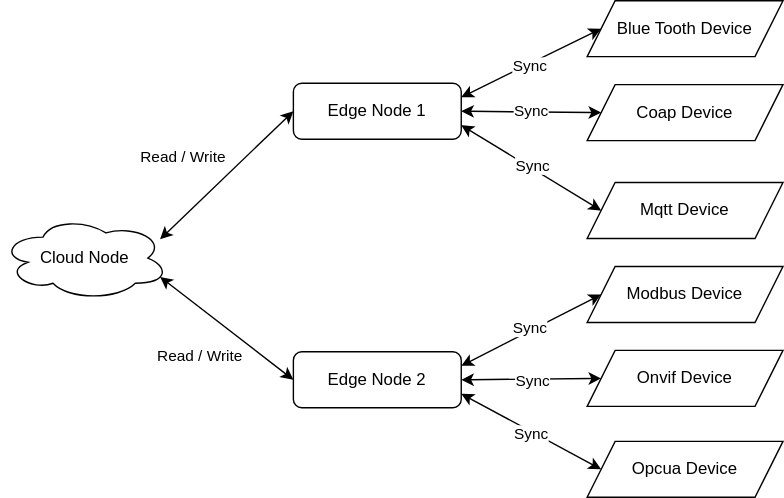
Earlier version of the draw.io export kubeedge.svg (zhanghongzhi1234/kubeedge). Source tidied: cells renumbered, new cells last; positions are measured from the earlier drawing's top-left corner, leaving out a move shared by most shapes.
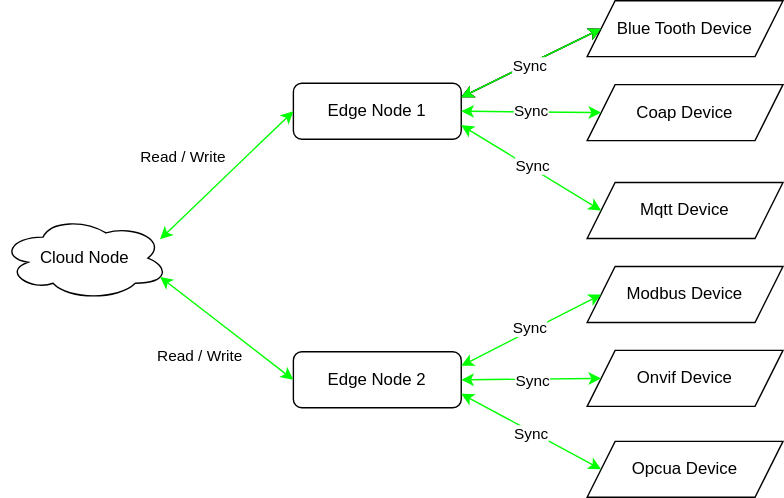
The same file after the commit.

Commit message:
Update data flow chart

Diff of the diagram source:
```diff
@@ -11,10 +11,10 @@
     <mxCell id="4" value="Cloud Node" style="ellipse;shape=cloud;whiteSpace=wrap;html=1;" parent="1" vertex="1">
       <mxGeometry y="154" width="120" height="60" as="geometry" />
     </mxCell>
-    <mxCell id="5" value="Read / Write" style="endArrow=classic;startArrow=classic;html=1;rounded=0;entryX=0;entryY=0.5;entryDx=0;entryDy=0;exitX=1;exitY=0.25;exitDx=0;exitDy=0;" parent="1" edge="1" source="4" target="2">
+    <mxCell id="5" value="Read / Write" style="endArrow=classic;startArrow=classic;html=1;rounded=0;entryX=0;entryY=0.5;entryDx=0;entryDy=0;exitX=1;exitY=0.25;exitDx=0;exitDy=0;strokeColor=#00FF00;fillColor=#d5e8d4;" parent="1" edge="1" source="4" target="2">
       <mxGeometry x="-0.19" y="31" relative="1" as="geometry" />
     </mxCell>
-    <mxCell id="6" value="Read / Write" style="endArrow=classic;startArrow=classic;html=1;rounded=0;entryX=0;entryY=0.5;entryDx=0;entryDy=0;exitX=1;exitY=0.75;exitDx=0;exitDy=0;" parent="1" edge="1" source="4" target="3">
+    <mxCell id="6" value="Read / Write" style="endArrow=classic;startArrow=classic;html=1;rounded=0;entryX=0;entryY=0.5;entryDx=0;entryDy=0;exitX=1;exitY=0.75;exitDx=0;exitDy=0;strokeColor=#00FF00;" parent="1" edge="1" source="4" target="3">
       <mxGeometry x="-0.05" y="-27" relative="1" as="geometry" />
     </mxCell>
     <mxCell id="7" value="Blue Tooth Device" style="shape=parallelogram;perimeter=parallelogramPerimeter;whiteSpace=wrap;html=1;fixedSize=1;" parent="1" vertex="1">
@@ -38,24 +38,36 @@
     <mxCell id="13" value="Opcua Device" style="shape=parallelogram;perimeter=parallelogramPerimeter;whiteSpace=wrap;html=1;fixedSize=1;" parent="1" vertex="1">
       <mxGeometry x="419" y="315" width="140" height="40" as="geometry" />
     </mxCell>
-    <mxCell id="14" value="Sync" style="endArrow=classic;startArrow=classic;html=1;rounded=0;entryX=0;entryY=0.5;entryDx=0;entryDy=0;exitX=1;exitY=0.5;exitDx=0;exitDy=0;" parent="1" edge="1" source="2" target="9">
+    <mxCell id="14" value="Sync" style="endArrow=classic;startArrow=classic;html=1;rounded=0;entryX=0;entryY=0.5;entryDx=0;entryDy=0;exitX=1;exitY=0.5;exitDx=0;exitDy=0;strokeColor=#00FF00;" parent="1" edge="1" source="2" target="9">
       <mxGeometry x="0.02" y="1" relative="1" as="geometry">
         <mxPoint x="-1" as="offset" />
       </mxGeometry>
     </mxCell>
-    <mxCell id="15" value="Sync" style="endArrow=classic;startArrow=classic;html=1;rounded=0;entryX=0;entryY=0.5;entryDx=0;entryDy=0;exitX=1;exitY=0.75;exitDx=0;exitDy=0;" parent="1" edge="1" source="2" target="10">
+    <mxCell id="15" value="Sync" style="endArrow=classic;startArrow=classic;html=1;rounded=0;entryX=0;entryY=0.5;entryDx=0;entryDy=0;exitX=1;exitY=0.75;exitDx=0;exitDy=0;strokeColor=#00FF00;" parent="1" edge="1" source="2" target="10">
       <mxGeometry x="0.01" y="2" relative="1" as="geometry" />
     </mxCell>
-    <mxCell id="16" value="Sync" style="endArrow=classic;startArrow=classic;html=1;rounded=0;entryX=0;entryY=0.5;entryDx=0;entryDy=0;exitX=1;exitY=0.25;exitDx=0;exitDy=0;" parent="1" edge="1" source="3" target="11">
+    <mxCell id="16" value="Sync" style="endArrow=classic;startArrow=classic;html=1;rounded=0;entryX=0;entryY=0.5;entryDx=0;entryDy=0;exitX=1;exitY=0.25;exitDx=0;exitDy=0;strokeColor=#00FF00;" parent="1" edge="1" source="3" target="11">
       <mxGeometry x="-0.01" y="2" relative="1" as="geometry" />
     </mxCell>
-    <mxCell id="17" value="Sync" style="endArrow=classic;startArrow=classic;html=1;rounded=0;entryX=0;entryY=0.5;entryDx=0;entryDy=0;exitX=1;exitY=0.5;exitDx=0;exitDy=0;" parent="1" edge="1" source="3" target="12">
+    <mxCell id="17" value="Sync" style="endArrow=classic;startArrow=classic;html=1;rounded=0;entryX=0;entryY=0.5;entryDx=0;entryDy=0;exitX=1;exitY=0.5;exitDx=0;exitDy=0;strokeColor=#00FF00;" parent="1" edge="1" source="3" target="12">
       <mxGeometry x="0.03" y="-3" relative="1" as="geometry">
         <mxPoint y="-1" as="offset" />
       </mxGeometry>
     </mxCell>
-    <mxCell id="18" value="Sync" style="endArrow=classic;startArrow=classic;html=1;rounded=0;entryX=0;entryY=0.5;entryDx=0;entryDy=0;exitX=1;exitY=0.75;exitDx=0;exitDy=0;" parent="1" edge="1" source="3" target="13">
+    <mxCell id="18" value="Sync" style="endArrow=classic;startArrow=classic;html=1;rounded=0;entryX=0;entryY=0.5;entryDx=0;entryDy=0;exitX=1;exitY=0.75;exitDx=0;exitDy=0;strokeColor=#00FF00;" parent="1" edge="1" source="3" target="13">
       <mxGeometry x="0.03" y="-2" relative="1" as="geometry" />
     </mxCell>
+    <mxCell id="19" value="Sync" style="endArrow=classic;startArrow=classic;html=1;rounded=0;entryX=0;entryY=0.5;entryDx=0;entryDy=0;exitX=1;exitY=0.25;exitDx=0;exitDy=0;labelPosition=center;verticalLabelPosition=middle;align=center;verticalAlign=middle;spacing=2;fontSize=11;" parent="1" edge="1">
+      <mxGeometry x="-0.03" y="-2" relative="1" as="geometry">
+        <mxPoint x="329" y="69" as="sourcePoint" />
+        <mxPoint x="429" y="20" as="targetPoint" />
+      </mxGeometry>
+    </mxCell>
+    <mxCell id="20" value="Sync" style="endArrow=classic;startArrow=classic;html=1;rounded=0;entryX=0;entryY=0.5;entryDx=0;entryDy=0;exitX=1;exitY=0.25;exitDx=0;exitDy=0;labelPosition=center;verticalLabelPosition=middle;align=center;verticalAlign=middle;spacing=2;fontSize=11;strokeColor=#00FF00;" parent="1" edge="1">
+      <mxGeometry x="-0.03" y="-2" relative="1" as="geometry">
+        <mxPoint x="329" y="69" as="sourcePoint" />
+        <mxPoint x="429" y="20" as="targetPoint" />
+      </mxGeometry>
+    </mxCell>
   </root>
 </mxGraphModel>
```
